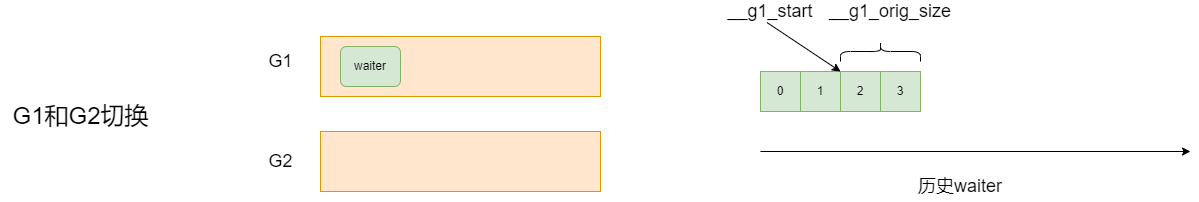
Before: blog/Linux/application-dev/cond-var/demo6.png, a diagram exported from draw.io (zgjsxx/static-img-repo). Source tidied: cells renumbered, new cells last; positions are measured from the earlier drawing's top-left corner, leaving out a move shared by most shapes.
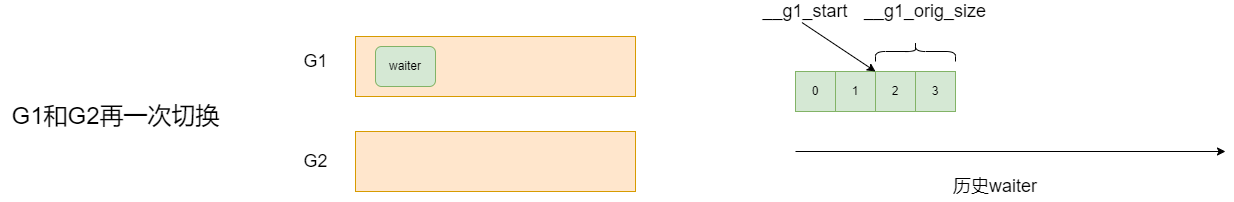
Later version of the same file.

What changed in the source:
```diff
@@ -14,8 +14,8 @@
     <mxCell id="5" value="&lt;font style=&quot;font-size: 18px&quot;&gt;G2&lt;/font&gt;" style="text;html=1;align=center;verticalAlign=middle;fillColor=none;strokeColor=none;rounded=0;shadow=0;" parent="1" vertex="1">
       <mxGeometry x="260" y="150" width="40" height="20" as="geometry" />
     </mxCell>
-    <mxCell id="6" value="&lt;font style=&quot;font-size: 24px&quot;&gt;G1和G2切换&lt;/font&gt;" style="text;html=1;align=center;verticalAlign=middle;fillColor=none;strokeColor=none;rounded=0;shadow=0;fontSize=18;" parent="1" vertex="1">
-      <mxGeometry y="95" width="160" height="40" as="geometry" />
+    <mxCell id="6" value="&lt;font style=&quot;font-size: 24px&quot;&gt;G1和G2再一次切换&lt;/font&gt;" style="text;html=1;align=center;verticalAlign=middle;fillColor=none;strokeColor=none;rounded=0;shadow=0;fontSize=18;" parent="1" vertex="1">
+      <mxGeometry x="-35" y="95" width="230" height="40" as="geometry" />
     </mxCell>
     <mxCell id="7" value="0" style="rounded=0;whiteSpace=wrap;html=1;fillColor=#d5e8d4;strokeColor=#82b366;" parent="1" vertex="1">
       <mxGeometry x="760" y="70" width="40" height="40" as="geometry" />
```
